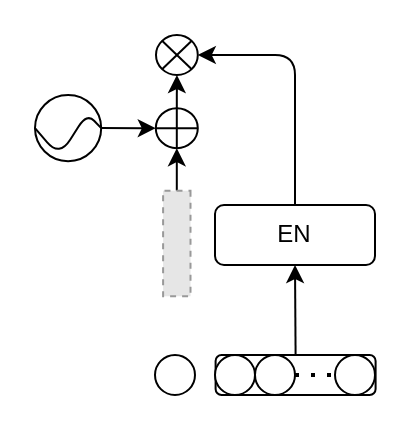
The draw.io diagram Untitled Diagram.drawio in jlinleung/Cheatsheets, before the edit. Source tidied: cells renumbered, new cells numbered last; positions are measured from the earlier drawing's top-left corner, leaving out a move shared by most shapes. Both pictures are drawn from the tidied source at 200%, with x=0, y=0 at pixel (34, 34). Pictures stored in the file or linked from it are replaced by grey dashed boxes.
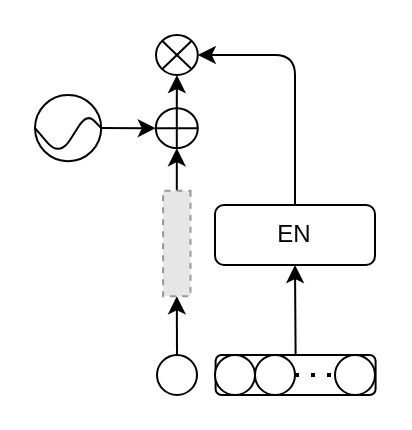
Above is the later version.

Unchanged cells that the change refers to:
```xml
<mxCell id="10" style="fillColor=#E6E6E6;strokeColor=#999999;dashed=1;verticalLabelPosition=bottom;labelBackgroundColor=#ffffff;verticalAlign=top;rotation=90;" parent="1" vertex="1">
  <mxGeometry x="44.5" y="97.4" width="52.8" height="13.7" as="geometry" />
</mxCell>
```

Diff of the diagram source:
```diff
@@
     <mxCell id="3" style="ellipse;whiteSpace=wrap;html=1;" parent="1" vertex="1">
-      <mxGeometry x="60" y="160" width="20" height="20" as="geometry" />
+      <mxGeometry x="61" y="160" width="20" height="20" as="geometry" />
     </mxCell>
@@
+    <mxCell id="20" style="endArrow=classic;html=1;exitX=0.5;exitY=0;exitDx=0;exitDy=0;entryX=1;entryY=0.5;entryDx=0;entryDy=0;" parent="1" edge="1" source="3" target="10">
+      <mxGeometry relative="1" as="geometry" />
+    </mxCell>
```
